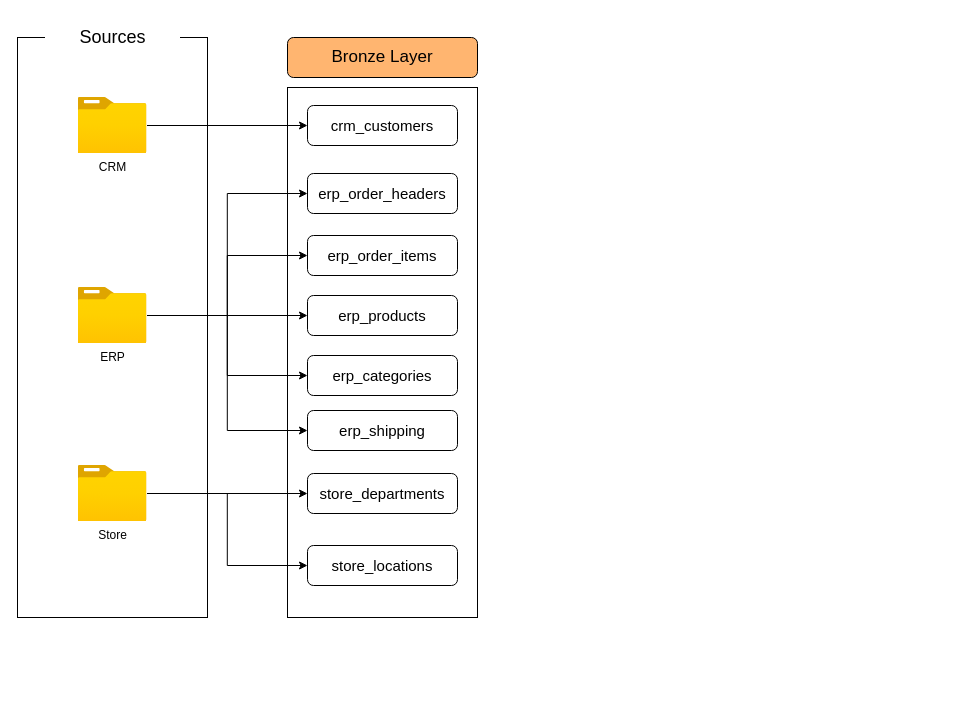
Before: DWH Implementation/Data Flow Diagram.drawio in MohammadGhanaym/Sales-Logistics-Analytics-DWH, a draw.io diagram. Source tidied: cells renumbered, new cells numbered last; positions are measured from the earlier drawing's top-left corner, leaving out a move shared by most shapes. Both pictures are drawn from the tidied source at 100%, with x=0, y=0 at pixel (17, 17).
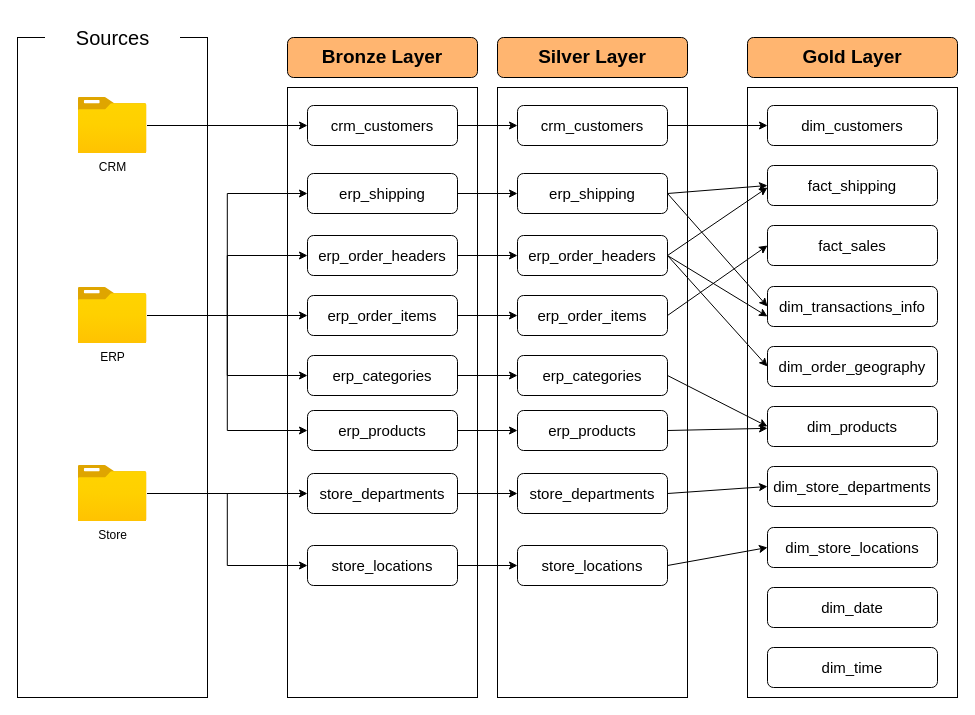
The same page after the edit.

Unchanged cells that the change refers to:
```xml
<mxCell id="17" value="crm_customers" style="rounded=1;whiteSpace=wrap;html=1;fontSize=15;" parent="1" vertex="1">
  <mxGeometry x="290" y="88" width="150" height="40" as="geometry" />
</mxCell>
<mxCell id="20" value="erp_categories" style="rounded=1;whiteSpace=wrap;html=1;fontSize=15;" parent="1" vertex="1">
  <mxGeometry x="290" y="338" width="150" height="40" as="geometry" />
</mxCell>
<mxCell id="23" value="store_locations" style="rounded=1;whiteSpace=wrap;html=1;fontSize=15;" parent="1" vertex="1">
  <mxGeometry x="290" y="528" width="150" height="40" as="geometry" />
</mxCell>
<mxCell id="24" value="store_departments" style="rounded=1;whiteSpace=wrap;html=1;fontSize=15;" parent="1" vertex="1">
  <mxGeometry x="290" y="456" width="150" height="40" as="geometry" />
</mxCell>
```

The edit, as a diff of the source:
```diff
@@
     <mxCell id="2" style="rounded=0;whiteSpace=wrap;html=1;" parent="1" vertex="1">
-      <mxGeometry y="20" width="190" height="580" as="geometry" />
+      <mxGeometry y="20" width="190" height="660" as="geometry" />
     </mxCell>
     <mxCell id="3" style="rounded=0;whiteSpace=wrap;html=1;" parent="1" vertex="1">
-      <mxGeometry x="270" y="70" width="190" height="530" as="geometry" />
+      <mxGeometry x="270" y="70" width="190" height="610" as="geometry" />
     </mxCell>
-    <mxCell id="4" value="Sources" style="rounded=1;whiteSpace=wrap;html=1;fontSize=18;fillColor=default;strokeColor=none;" parent="1" vertex="1">
+    <mxCell id="4" value="Sources" style="rounded=1;whiteSpace=wrap;html=1;fontSize=20;fillColor=default;strokeColor=none;" parent="1" vertex="1">
       <mxGeometry x="27.5" width="135" height="40" as="geometry" />
     </mxCell>
-    <mxCell id="5" value="Bronze Layer" style="rounded=1;whiteSpace=wrap;html=1;fillColor=#FFB570;fontColor=#000000;fontSize=17;" parent="1" vertex="1">
+    <mxCell id="5" value="&lt;font style=&quot;font-size: 19px;&quot;&gt;&lt;b&gt;Bronze Layer&lt;/b&gt;&lt;/font&gt;" style="rounded=1;whiteSpace=wrap;html=1;fillColor=#FFB570;fontColor=#000000;fontSize=17;" parent="1" vertex="1">
       <mxGeometry x="270" y="20" width="190" height="40" as="geometry" />
     </mxCell>
@@
+    <mxCell id="25" style="edgeStyle=orthogonalEdgeStyle;rounded=0;jettySize=auto;html=1;entryX=0;entryY=0.5;entryDx=0;entryDy=0;" parent="1" edge="1" source="17" target="29">
+      <mxGeometry relative="1" as="geometry" />
+    </mxCell>
+    <mxCell id="26" style="edgeStyle=orthogonalEdgeStyle;rounded=0;jettySize=auto;html=1;" parent="1" edge="1" source="17" target="29">
+      <mxGeometry relative="1" as="geometry" />
+    </mxCell>
@@
-    <mxCell id="18" value="erp_order_headers" style="rounded=1;whiteSpace=wrap;html=1;fontSize=15;" parent="1" vertex="1">
+    <mxCell id="18" value="erp_shipping" style="rounded=1;whiteSpace=wrap;html=1;fontSize=15;" parent="1" vertex="1">
       <mxGeometry x="290" y="156" width="150" height="40" as="geometry" />
     </mxCell>
-    <mxCell id="19" value="erp_shipping" style="rounded=1;whiteSpace=wrap;html=1;fontSize=15;" parent="1" vertex="1">
+    <mxCell id="19" value="erp_products" style="rounded=1;whiteSpace=wrap;html=1;fontSize=15;" parent="1" vertex="1">
       <mxGeometry x="290" y="393" width="150" height="40" as="geometry" />
     </mxCell>
@@
-    <mxCell id="21" value="erp_order_items" style="rounded=1;whiteSpace=wrap;html=1;fontSize=15;" parent="1" vertex="1">
+    <mxCell id="21" value="erp_order_headers" style="rounded=1;whiteSpace=wrap;html=1;fontSize=15;" parent="1" vertex="1">
       <mxGeometry x="290" y="218" width="150" height="40" as="geometry" />
     </mxCell>
-    <mxCell id="22" value="erp_products" style="rounded=1;whiteSpace=wrap;html=1;fontSize=15;" parent="1" vertex="1">
+    <mxCell id="22" value="erp_order_items" style="rounded=1;whiteSpace=wrap;html=1;fontSize=15;" parent="1" vertex="1">
       <mxGeometry x="290" y="278" width="150" height="40" as="geometry" />
     </mxCell>
@@
+    <mxCell id="27" style="rounded=0;whiteSpace=wrap;html=1;" parent="1" vertex="1">
+      <mxGeometry x="480" y="70" width="190" height="610" as="geometry" />
+    </mxCell>
+    <mxCell id="28" value="&lt;font style=&quot;font-size: 19px;&quot;&gt;&lt;b&gt;Silver Layer&lt;/b&gt;&lt;/font&gt;" style="rounded=1;whiteSpace=wrap;html=1;fillColor=#FFB570;fontColor=#000000;fontSize=17;" parent="1" vertex="1">
+      <mxGeometry x="480" y="20" width="190" height="40" as="geometry" />
+    </mxCell>
+    <mxCell id="29" value="crm_customers" style="rounded=1;whiteSpace=wrap;html=1;fontSize=15;" parent="1" vertex="1">
+      <mxGeometry x="500" y="88" width="150" height="40" as="geometry" />
+    </mxCell>
+    <mxCell id="30" value="erp_shipping" style="rounded=1;whiteSpace=wrap;html=1;fontSize=15;" parent="1" vertex="1">
+      <mxGeometry x="500" y="156" width="150" height="40" as="geometry" />
+    </mxCell>
+    <mxCell id="31" value="erp_products" style="rounded=1;whiteSpace=wrap;html=1;fontSize=15;" parent="1" vertex="1">
+      <mxGeometry x="500" y="393" width="150" height="40" as="geometry" />
+    </mxCell>
+    <mxCell id="32" value="erp_categories" style="rounded=1;whiteSpace=wrap;html=1;fontSize=15;" parent="1" vertex="1">
+      <mxGeometry x="500" y="338" width="150" height="40" as="geometry" />
+    </mxCell>
+    <mxCell id="33" value="erp_order_headers" style="rounded=1;whiteSpace=wrap;html=1;fontSize=15;" parent="1" vertex="1">
+      <mxGeometry x="500" y="218" width="150" height="40" as="geometry" />
+    </mxCell>
+    <mxCell id="34" value="erp_order_items" style="rounded=1;whiteSpace=wrap;html=1;fontSize=15;" parent="1" vertex="1">
+      <mxGeometry x="500" y="278" width="150" height="40" as="geometry" />
+    </mxCell>
+    <mxCell id="35" value="store_locations" style="rounded=1;whiteSpace=wrap;html=1;fontSize=15;" parent="1" vertex="1">
+      <mxGeometry x="500" y="528" width="150" height="40" as="geometry" />
+    </mxCell>
+    <mxCell id="36" value="store_departments" style="rounded=1;whiteSpace=wrap;html=1;fontSize=15;" parent="1" vertex="1">
+      <mxGeometry x="500" y="456" width="150" height="40" as="geometry" />
+    </mxCell>
+    <mxCell id="37" style="rounded=0;whiteSpace=wrap;html=1;" parent="1" vertex="1">
+      <mxGeometry x="730" y="70" width="210" height="610" as="geometry" />
+    </mxCell>
+    <mxCell id="38" value="&lt;font style=&quot;font-size: 19px;&quot;&gt;&lt;b&gt;Gold Layer&lt;/b&gt;&lt;/font&gt;" style="rounded=1;whiteSpace=wrap;html=1;fillColor=#FFB570;fontColor=#000000;fontSize=17;" parent="1" vertex="1">
+      <mxGeometry x="730" y="20" width="210" height="40" as="geometry" />
+    </mxCell>
+    <mxCell id="39" value="dim_customers" style="rounded=1;whiteSpace=wrap;html=1;fontSize=15;" parent="1" vertex="1">
+      <mxGeometry x="750" y="88" width="170" height="40" as="geometry" />
+    </mxCell>
+    <mxCell id="40" value="fact_shipping" style="rounded=1;whiteSpace=wrap;html=1;fontSize=15;" parent="1" vertex="1">
+      <mxGeometry x="750" y="148" width="170" height="40" as="geometry" />
+    </mxCell>
+    <mxCell id="41" value="dim_products" style="rounded=1;whiteSpace=wrap;html=1;fontSize=15;" parent="1" vertex="1">
+      <mxGeometry x="750" y="389" width="170" height="40" as="geometry" />
+    </mxCell>
+    <mxCell id="42" value="dim_order_geography" style="rounded=1;whiteSpace=wrap;html=1;fontSize=15;" parent="1" vertex="1">
+      <mxGeometry x="750" y="329" width="170" height="40" as="geometry" />
+    </mxCell>
+    <mxCell id="43" value="fact_sales" style="rounded=1;whiteSpace=wrap;html=1;fontSize=15;" parent="1" vertex="1">
+      <mxGeometry x="750" y="208" width="170" height="40" as="geometry" />
+    </mxCell>
+    <mxCell id="44" value="dim_transactions_info" style="rounded=1;whiteSpace=wrap;html=1;fontSize=15;" parent="1" vertex="1">
+      <mxGeometry x="750" y="269" width="170" height="40" as="geometry" />
+    </mxCell>
+    <mxCell id="45" value="dim_store_locations" style="rounded=1;whiteSpace=wrap;html=1;fontSize=15;" parent="1" vertex="1">
+      <mxGeometry x="750" y="510" width="170" height="40" as="geometry" />
+    </mxCell>
+    <mxCell id="46" value="dim_store_departments" style="rounded=1;whiteSpace=wrap;html=1;fontSize=15;" parent="1" vertex="1">
+      <mxGeometry x="750" y="449" width="170" height="40" as="geometry" />
+    </mxCell>
+    <mxCell id="47" value="dim_date" style="rounded=1;whiteSpace=wrap;html=1;fontSize=15;" parent="1" vertex="1">
+      <mxGeometry x="750" y="570" width="170" height="40" as="geometry" />
+    </mxCell>
+    <mxCell id="48" value="dim_time" style="rounded=1;whiteSpace=wrap;html=1;fontSize=15;" parent="1" vertex="1">
+      <mxGeometry x="750" y="630" width="170" height="40" as="geometry" />
+    </mxCell>
+    <mxCell id="49" style="edgeStyle=orthogonalEdgeStyle;rounded=0;jettySize=auto;html=1;" parent="1" edge="1" source="17" target="29">
+      <mxGeometry relative="1" as="geometry" />
+    </mxCell>
+    <mxCell id="50" style="edgeStyle=orthogonalEdgeStyle;rounded=0;jettySize=auto;html=1;entryX=0;entryY=0.5;entryDx=0;entryDy=0;" parent="1" edge="1" source="18" target="30">
+      <mxGeometry relative="1" as="geometry" />
+    </mxCell>
+    <mxCell id="51" style="edgeStyle=orthogonalEdgeStyle;rounded=0;jettySize=auto;html=1;entryX=0;entryY=0.5;entryDx=0;entryDy=0;" parent="1" edge="1" source="21" target="33">
+      <mxGeometry relative="1" as="geometry" />
+    </mxCell>
+    <mxCell id="52" style="edgeStyle=orthogonalEdgeStyle;rounded=0;jettySize=auto;html=1;entryX=0;entryY=0.5;entryDx=0;entryDy=0;" parent="1" edge="1" source="22" target="34">
+      <mxGeometry relative="1" as="geometry" />
+    </mxCell>
+    <mxCell id="53" style="edgeStyle=orthogonalEdgeStyle;rounded=0;jettySize=auto;html=1;" parent="1" edge="1" source="20" target="32">
+      <mxGeometry relative="1" as="geometry" />
+    </mxCell>
+    <mxCell id="54" style="edgeStyle=orthogonalEdgeStyle;rounded=0;jettySize=auto;html=1;entryX=0;entryY=0.5;entryDx=0;entryDy=0;" parent="1" edge="1" source="19" target="31">
+      <mxGeometry relative="1" as="geometry" />
+    </mxCell>
+    <mxCell id="55" style="edgeStyle=orthogonalEdgeStyle;rounded=0;jettySize=auto;html=1;entryX=0;entryY=0.5;entryDx=0;entryDy=0;" parent="1" edge="1" source="24" target="36">
+      <mxGeometry relative="1" as="geometry" />
+    </mxCell>
+    <mxCell id="56" style="edgeStyle=orthogonalEdgeStyle;rounded=0;jettySize=auto;html=1;entryX=0;entryY=0.5;entryDx=0;entryDy=0;" parent="1" edge="1" source="23" target="35">
+      <mxGeometry relative="1" as="geometry" />
+    </mxCell>
+    <mxCell id="57" style="edgeStyle=orthogonalEdgeStyle;rounded=0;jettySize=auto;html=1;entryX=0;entryY=0.5;entryDx=0;entryDy=0;" parent="1" edge="1" source="29" target="39">
+      <mxGeometry relative="1" as="geometry" />
+    </mxCell>
+    <mxCell id="58" style="endArrow=classic;html=1;rounded=0;exitX=1;exitY=0.5;exitDx=0;exitDy=0;entryX=0;entryY=0.5;entryDx=0;entryDy=0;" parent="1" edge="1" source="33" target="42">
+      <mxGeometry relative="1" as="geometry" />
+    </mxCell>
+    <mxCell id="59" style="endArrow=classic;html=1;rounded=0;exitX=1;exitY=0.5;exitDx=0;exitDy=0;entryX=0;entryY=0.5;entryDx=0;entryDy=0;" parent="1" edge="1" source="34" target="43">
+      <mxGeometry relative="1" as="geometry" />
+    </mxCell>
+    <mxCell id="60" style="endArrow=classic;html=1;rounded=0;exitX=1;exitY=0.5;exitDx=0;exitDy=0;entryX=0;entryY=0.5;entryDx=0;entryDy=0;" parent="1" edge="1" source="32" target="41">
+      <mxGeometry relative="1" as="geometry" />
+    </mxCell>
+    <mxCell id="61" style="endArrow=classic;html=1;rounded=0;exitX=1;exitY=0.5;exitDx=0;exitDy=0;" parent="1" edge="1" source="31" target="41">
+      <mxGeometry relative="1" as="geometry" />
+    </mxCell>
+    <mxCell id="62" style="endArrow=classic;html=1;rounded=0;exitX=1;exitY=0.5;exitDx=0;exitDy=0;entryX=0;entryY=0.5;entryDx=0;entryDy=0;" parent="1" edge="1" source="36" target="46">
+      <mxGeometry relative="1" as="geometry" />
+    </mxCell>
+    <mxCell id="63" style="endArrow=classic;html=1;rounded=0;exitX=1;exitY=0.5;exitDx=0;exitDy=0;entryX=0;entryY=0.5;entryDx=0;entryDy=0;" parent="1" edge="1" source="35" target="45">
+      <mxGeometry relative="1" as="geometry" />
+    </mxCell>
+    <mxCell id="64" style="endArrow=classic;html=1;rounded=0;exitX=1;exitY=0.5;exitDx=0;exitDy=0;entryX=0;entryY=0.5;entryDx=0;entryDy=0;" parent="1" edge="1" source="30" target="40">
+      <mxGeometry relative="1" as="geometry" />
+    </mxCell>
+    <mxCell id="65" style="endArrow=classic;html=1;rounded=0;exitX=1;exitY=0.5;exitDx=0;exitDy=0;entryX=0;entryY=0.75;entryDx=0;entryDy=0;" parent="1" edge="1" source="33" target="44">
+      <mxGeometry relative="1" as="geometry" />
+    </mxCell>
+    <mxCell id="66" style="endArrow=classic;html=1;rounded=0;exitX=1;exitY=0.5;exitDx=0;exitDy=0;entryX=0;entryY=0.5;entryDx=0;entryDy=0;" parent="1" edge="1" source="30" target="44">
+      <mxGeometry relative="1" as="geometry" />
+    </mxCell>
+    <mxCell id="67" style="endArrow=classic;html=1;rounded=0;exitX=1;exitY=0.5;exitDx=0;exitDy=0;" parent="1" edge="1" source="33">
+      <mxGeometry relative="1" as="geometry">
+        <mxPoint x="750" y="170" as="targetPoint" />
+      </mxGeometry>
+    </mxCell>
```
